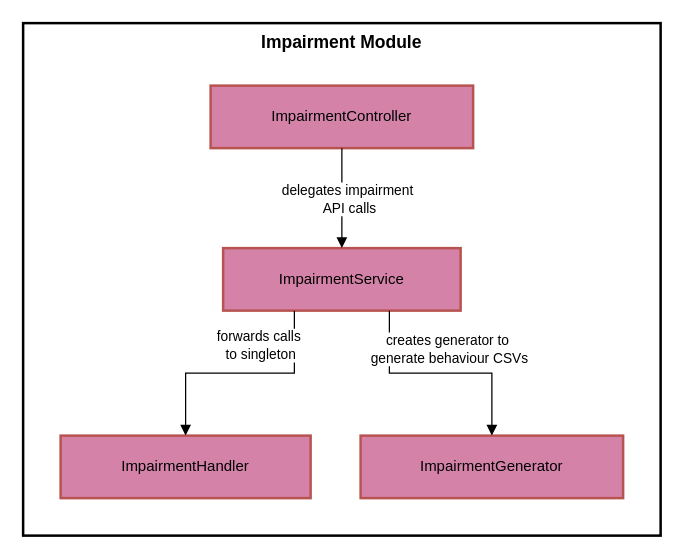
Earlier version of the draw.io diagram data/figs/architecture/layers/layers_impairment.drawio (socialsoftware/microservices-simulator). Source tidied: cells renumbered, new cells numbered last; positions are measured from the earlier drawing's top-left corner, leaving out a move shared by most shapes. Both pictures are drawn from the tidied source at 125%, with x=0, y=0 at pixel (22, 22).
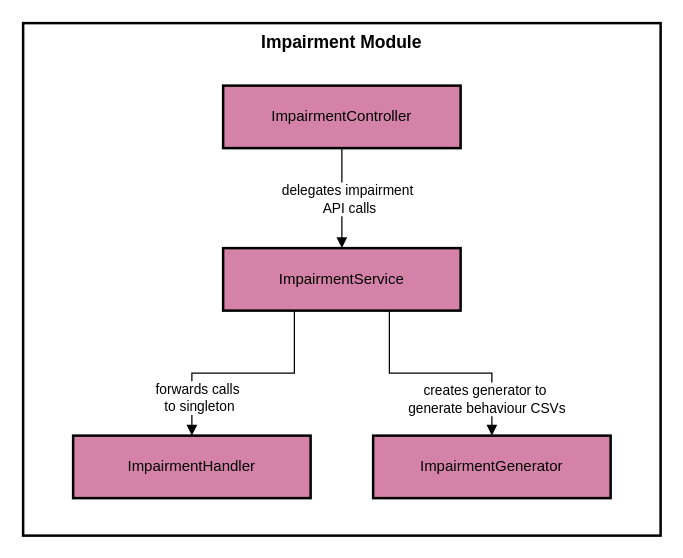
The same diagram, later.

The edit, as a diff of the source:
```diff
@@
 <mxGraphModel>
   <root>
     <mxCell id="0" />
     <mxCell id="1" parent="0" />
     <mxCell id="2" value="Impairment Module" style="whiteSpace=wrap;strokeWidth=2;verticalAlign=top;fontSize=14;fontStyle=1;" parent="1" vertex="1">
       <mxGeometry width="510" height="410" as="geometry" />
     </mxCell>
-    <mxCell id="3" value="ImpairmentHandler" style="whiteSpace=wrap;strokeWidth=2;fillColor=#D482A8;strokeColor=#b85450;" parent="1" vertex="1">
-      <mxGeometry x="30" y="330" width="200" height="50" as="geometry" />
+    <mxCell id="3" value="ImpairmentHandler" style="whiteSpace=wrap;strokeWidth=2;fillColor=#D482A8;strokeColor=#000000;" parent="1" vertex="1">
+      <mxGeometry x="40" y="330" width="190" height="50" as="geometry" />
     </mxCell>
-    <mxCell id="4" value="ImpairmentController" style="whiteSpace=wrap;strokeWidth=2;fillColor=#D482A8;strokeColor=#b85450;" parent="1" vertex="1">
-      <mxGeometry x="150" y="50" width="210" height="50" as="geometry" />
+    <mxCell id="4" value="ImpairmentController" style="whiteSpace=wrap;strokeWidth=2;fillColor=#D482A8;strokeColor=#000000;" parent="1" vertex="1">
+      <mxGeometry x="160" y="50" width="190" height="50" as="geometry" />
     </mxCell>
-    <mxCell id="5" value="ImpairmentService" style="whiteSpace=wrap;strokeWidth=2;fillColor=#D482A8;strokeColor=#b85450;" parent="1" vertex="1">
+    <mxCell id="5" value="ImpairmentService" style="whiteSpace=wrap;strokeWidth=2;fillColor=#D482A8;strokeColor=#000000;" parent="1" vertex="1">
       <mxGeometry x="160" y="180" width="190" height="50" as="geometry" />
     </mxCell>
-    <mxCell id="6" value="ImpairmentGenerator" style="whiteSpace=wrap;strokeWidth=2;fillColor=#D482A8;strokeColor=#b85450;" parent="1" vertex="1">
-      <mxGeometry x="270" y="330" width="210" height="50" as="geometry" />
+    <mxCell id="6" value="ImpairmentGenerator" style="whiteSpace=wrap;strokeWidth=2;fillColor=#D482A8;strokeColor=#000000;" parent="1" vertex="1">
+      <mxGeometry x="280" y="330" width="190" height="50" as="geometry" />
     </mxCell>
     <mxCell id="7" style="startArrow=none;endArrow=block;exitX=0.5;exitY=1;entryX=0.5;entryY=0;rounded=0;edgeStyle=orthogonalEdgeStyle;" parent="1" edge="1" source="4" target="5">
       <mxGeometry relative="1" as="geometry" />
     </mxCell>
     <mxCell id="8" style="startArrow=none;endArrow=block;exitX=0.3;exitY=1;entryX=0.5;entryY=0;rounded=0;edgeStyle=orthogonalEdgeStyle;" parent="1" edge="1" source="5" target="3">
       <mxGeometry relative="1" as="geometry" />
     </mxCell>
     <mxCell id="9" style="startArrow=none;endArrow=block;exitX=0.7;exitY=1;entryX=0.5;entryY=0;rounded=0;edgeStyle=orthogonalEdgeStyle;" parent="1" edge="1" source="5" target="6">
       <mxGeometry relative="1" as="geometry" />
     </mxCell>
     <mxCell id="10" value="creates generator to&amp;nbsp;&lt;div&gt;generate behaviour CSVs&lt;/div&gt;" style="edgeLabel;html=1;align=center;verticalAlign=middle;" parent="9" vertex="1">
       <mxGeometry relative="1" as="geometry">
-        <mxPoint x="6" y="-20" as="offset" />
+        <mxPoint x="36" y="20" as="offset" />
       </mxGeometry>
     </mxCell>
     <mxCell id="11" value="delegates impairment&amp;nbsp;&lt;div&gt;API calls&lt;/div&gt;" style="edgeLabel;html=1;align=center;verticalAlign=middle;" parent="1" vertex="1">
       <mxGeometry x="260" y="140" as="geometry" />
     </mxCell>
     <mxCell id="12" value="forwards calls&amp;nbsp;&lt;div&gt;to singleton&lt;/div&gt;" style="edgeLabel;html=1;align=center;verticalAlign=middle;" parent="1" vertex="1">
       <mxGeometry x="190" y="280" as="geometry">
-        <mxPoint x="-1" y="-23" as="offset" />
+        <mxPoint x="-50" y="19" as="offset" />
       </mxGeometry>
     </mxCell>
   </root>
 </mxGraphModel>
```
